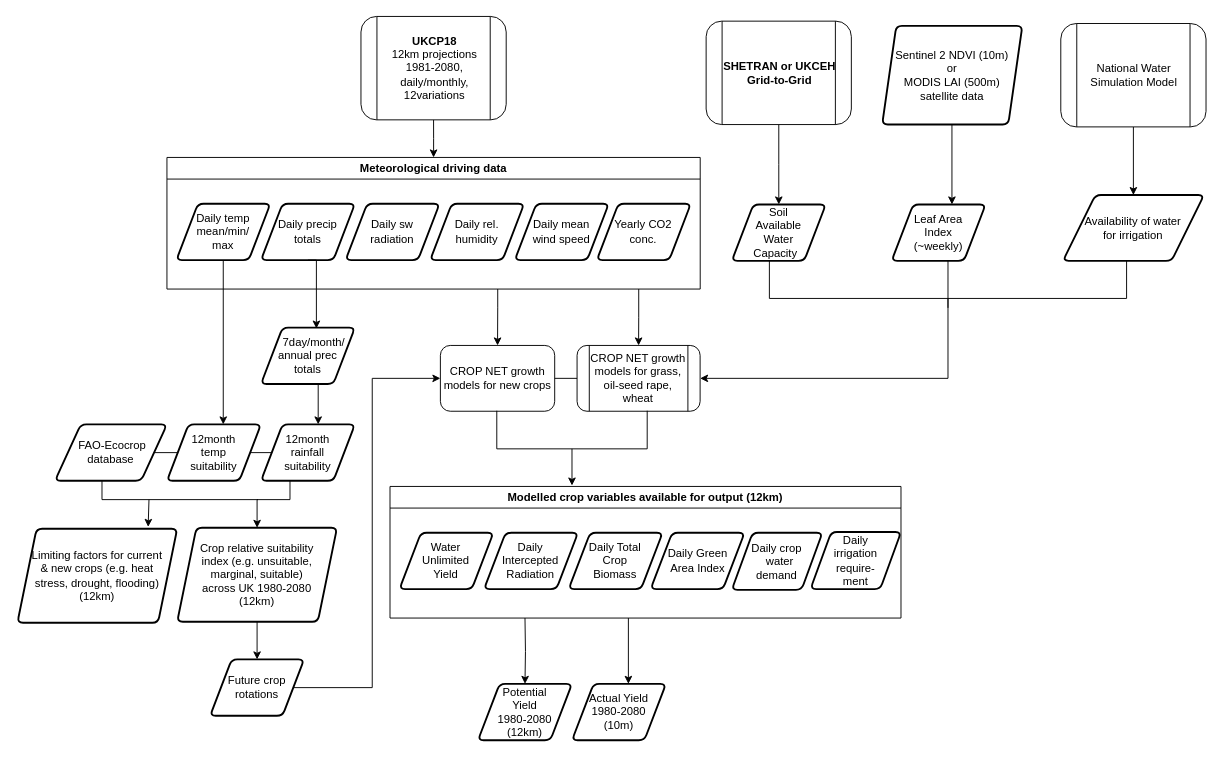
The draw.io diagram cropnet/cropnet.drawio in OpenCLIM/workflow-diagrams, before the edit. Source tidied: cells renumbered, new cells numbered last; positions are measured from the earlier drawing's top-left corner, leaving out a move shared by most shapes. Both pictures are drawn from the tidied source at 94%, with x=0, y=0 at pixel (17, 16).
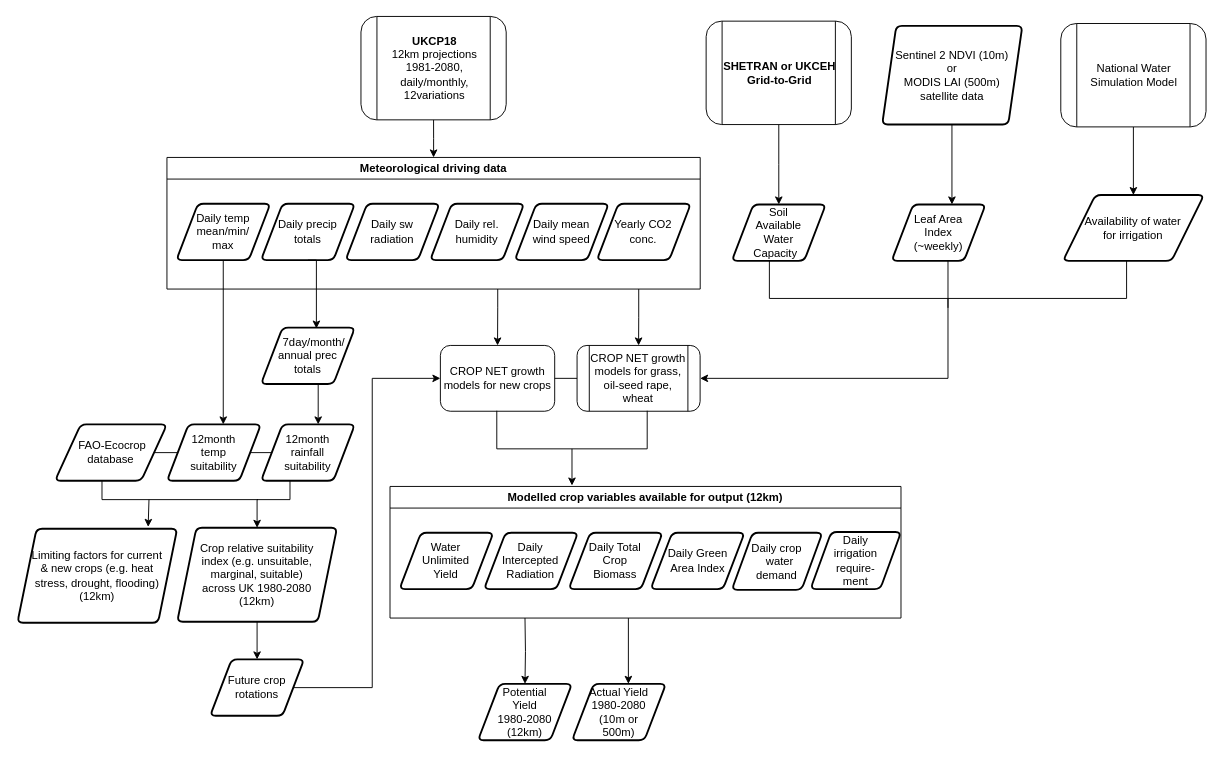
Above is the later version.

Change to the diagram source:
```diff
@@
-    <mxCell id="39" value="&lt;div&gt;Actual Yield&lt;/div&gt;&lt;div&gt;1980-2080&lt;br&gt;&lt;/div&gt;&lt;div&gt;(10m)&lt;br&gt;&lt;/div&gt;" style="shape=parallelogram;html=1;strokeWidth=2;perimeter=parallelogramPerimeter;whiteSpace=wrap;rounded=1;arcSize=12;size=0.23;" parent="1" vertex="1">
+    <mxCell id="39" value="&lt;div&gt;Actual Yield&lt;/div&gt;&lt;div&gt;1980-2080&lt;br&gt;&lt;/div&gt;&lt;div&gt;(10m or &lt;br&gt;&lt;/div&gt;&lt;div&gt;500m)&lt;br&gt;&lt;/div&gt;" style="shape=parallelogram;html=1;strokeWidth=2;perimeter=parallelogramPerimeter;whiteSpace=wrap;rounded=1;arcSize=12;size=0.23;" parent="1" vertex="1">
       <mxGeometry x="590" y="710" width="100" height="60" as="geometry" />
     </mxCell>
```
